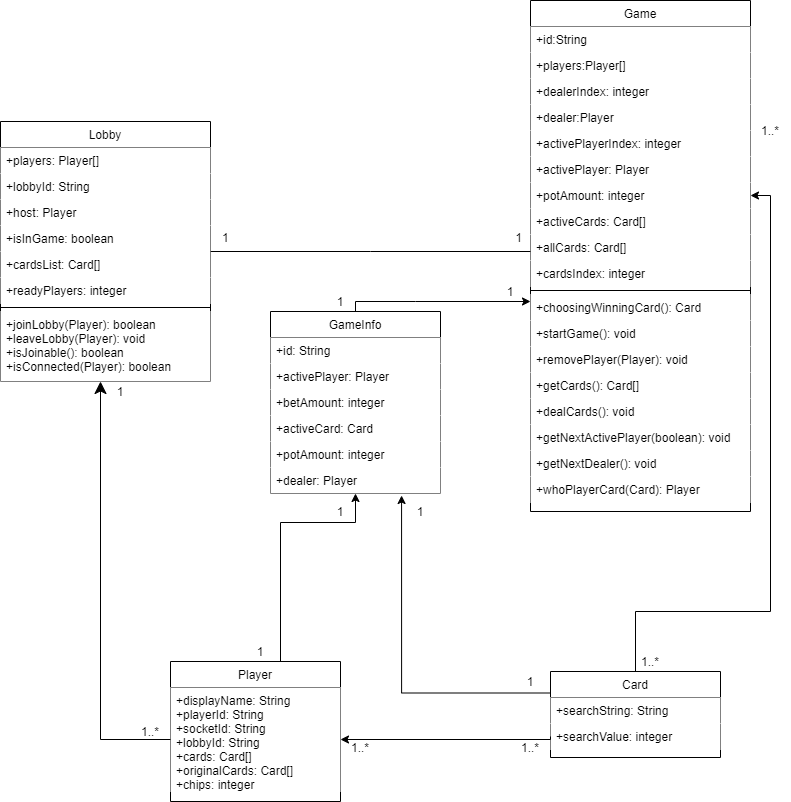
This is images/Class_Diagram_v2.png from dietterc/SEO-ker, a draw.io export, as it was before one commit. Source tidied: cells renumbered, new cells last; positions are measured from the earlier drawing's top-left corner, leaving out a move shared by most shapes.
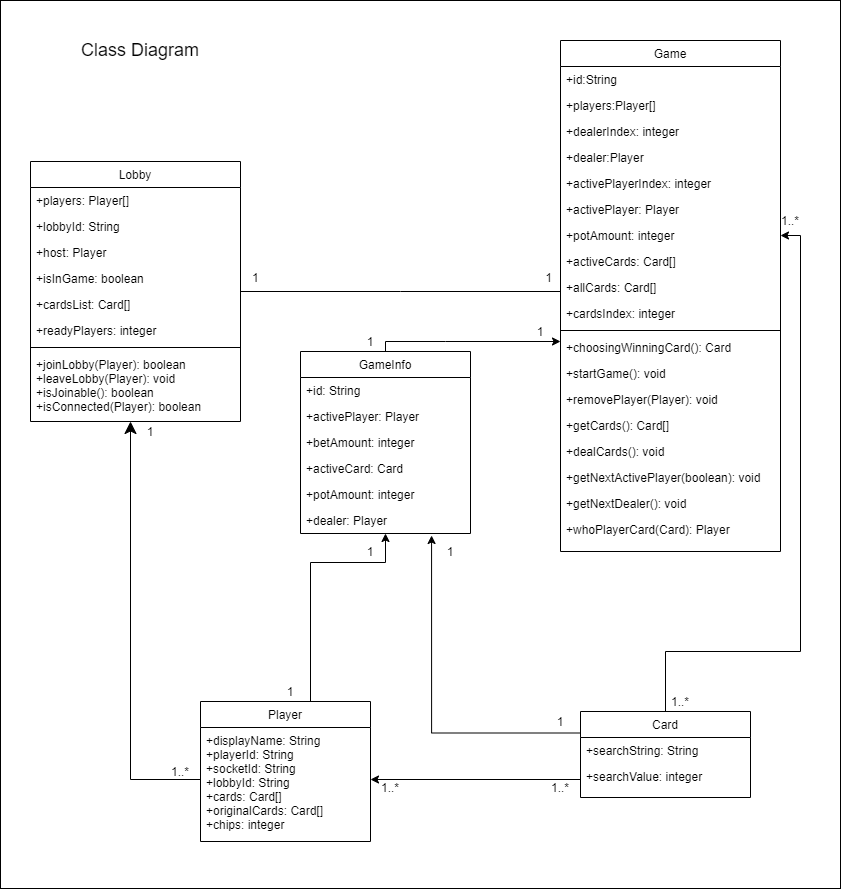
After the commit.

Commit message:
Actually fixed the Class Diagram

What changed in the source:
```diff
@@ -2,31 +2,34 @@
   <root>
     <mxCell id="0" />
     <mxCell id="1" parent="0" />
+    <mxCell id="66" style="rounded=0;whiteSpace=wrap;html=1;" parent="1" vertex="1">
+      <mxGeometry x="-30" y="-40" width="840" height="888" as="geometry" />
+    </mxCell>
     <mxCell id="2" value="Lobby" style="swimlane;fontStyle=0;align=center;verticalAlign=top;horizontal=1;startSize=26;rounded=0;shadow=0;strokeWidth=1;fillColor=#FFFFFF;" parent="1" vertex="1">
       <mxGeometry y="121" width="210" height="260" as="geometry" />
     </mxCell>
-    <mxCell id="3" value="+players: Player[]" style="text;align=left;verticalAlign=top;spacingLeft=4;spacingRight=4;overflow=hidden;fillColor=#ffffff;" parent="2" vertex="1">
+    <mxCell id="3" value="+players: Player[]" style="text;align=left;verticalAlign=top;spacingLeft=4;spacingRight=4;overflow=hidden;" parent="2" vertex="1">
       <mxGeometry y="26" width="210" height="26" as="geometry" />
     </mxCell>
-    <mxCell id="4" value="+lobbyId: String" style="text;align=left;verticalAlign=top;spacingLeft=4;spacingRight=4;overflow=hidden;rounded=0;shadow=0;html=0;fillColor=#ffffff;" parent="2" vertex="1">
+    <mxCell id="4" value="+lobbyId: String" style="text;align=left;verticalAlign=top;spacingLeft=4;spacingRight=4;overflow=hidden;rounded=0;shadow=0;html=0;" parent="2" vertex="1">
       <mxGeometry y="52" width="210" height="26" as="geometry" />
     </mxCell>
-    <mxCell id="5" value="+host: Player" style="text;align=left;verticalAlign=top;spacingLeft=4;spacingRight=4;overflow=hidden;rounded=0;shadow=0;html=0;fillColor=#ffffff;" parent="2" vertex="1">
+    <mxCell id="5" value="+host: Player" style="text;align=left;verticalAlign=top;spacingLeft=4;spacingRight=4;overflow=hidden;rounded=0;shadow=0;html=0;" parent="2" vertex="1">
       <mxGeometry y="78" width="210" height="26" as="geometry" />
     </mxCell>
-    <mxCell id="6" value="+isInGame: boolean" style="text;align=left;verticalAlign=top;spacingLeft=4;spacingRight=4;overflow=hidden;rounded=0;shadow=0;html=0;fillColor=#ffffff;" parent="2" vertex="1">
+    <mxCell id="6" value="+isInGame: boolean" style="text;align=left;verticalAlign=top;spacingLeft=4;spacingRight=4;overflow=hidden;rounded=0;shadow=0;html=0;" parent="2" vertex="1">
       <mxGeometry y="104" width="210" height="26" as="geometry" />
     </mxCell>
-    <mxCell id="7" value="+cardsList: Card[]" style="text;align=left;verticalAlign=top;spacingLeft=4;spacingRight=4;overflow=hidden;rounded=0;shadow=0;html=0;fillColor=#ffffff;" parent="2" vertex="1">
+    <mxCell id="7" value="+cardsList: Card[]" style="text;align=left;verticalAlign=top;spacingLeft=4;spacingRight=4;overflow=hidden;rounded=0;shadow=0;html=0;" parent="2" vertex="1">
       <mxGeometry y="130" width="210" height="26" as="geometry" />
     </mxCell>
-    <mxCell id="8" value="+readyPlayers: integer" style="text;align=left;verticalAlign=top;spacingLeft=4;spacingRight=4;overflow=hidden;rounded=0;shadow=0;html=0;fillColor=#ffffff;" parent="2" vertex="1">
+    <mxCell id="8" value="+readyPlayers: integer" style="text;align=left;verticalAlign=top;spacingLeft=4;spacingRight=4;overflow=hidden;rounded=0;shadow=0;html=0;" parent="2" vertex="1">
       <mxGeometry y="156" width="210" height="26" as="geometry" />
     </mxCell>
     <mxCell id="9" style="line;html=1;strokeWidth=1;align=left;verticalAlign=middle;spacingTop=-1;spacingLeft=3;spacingRight=3;labelPosition=right;" parent="2" vertex="1">
       <mxGeometry y="182" width="210" height="8" as="geometry" />
     </mxCell>
-    <mxCell id="10" value="+joinLobby(Player): boolean&#10;+leaveLobby(Player): void&#10;+isJoinable(): boolean&#10;+isConnected(Player): boolean" style="text;align=left;verticalAlign=top;spacingLeft=4;spacingRight=4;overflow=hidden;fillColor=#ffffff;" parent="2" vertex="1">
+    <mxCell id="10" value="+joinLobby(Player): boolean&#10;+leaveLobby(Player): void&#10;+isJoinable(): boolean&#10;+isConnected(Player): boolean" style="text;align=left;verticalAlign=top;spacingLeft=4;spacingRight=4;overflow=hidden;" parent="2" vertex="1">
       <mxGeometry y="190" width="210" height="70" as="geometry" />
     </mxCell>
     <mxCell id="11" style="edgeStyle=orthogonalEdgeStyle;rounded=0;jettySize=auto;html=1;exitX=0.5;exitY=0;exitDx=0;exitDy=0;" parent="1" edge="1" source="12" target="55">
@@ -41,7 +44,7 @@
     <mxCell id="12" value="Player" style="swimlane;fontStyle=0;align=center;verticalAlign=top;horizontal=1;startSize=26;rounded=0;shadow=0;strokeWidth=1;" parent="1" vertex="1">
       <mxGeometry x="170" y="661" width="170" height="140" as="geometry" />
     </mxCell>
-    <mxCell id="13" value="+displayName: String&#10;+playerId: String&#10;+socketId: String&#10;+lobbyId: String&#10;+cards: Card[]&#10;+originalCards: Card[]&#10;+chips: integer" style="text;align=left;verticalAlign=top;spacingLeft=4;spacingRight=4;overflow=hidden;points=[[0,0.5],[1,0.5]];portConstraint=eastwest;fillColor=#ffffff;" parent="12" vertex="1">
+    <mxCell id="13" value="+displayName: String&#10;+playerId: String&#10;+socketId: String&#10;+lobbyId: String&#10;+cards: Card[]&#10;+originalCards: Card[]&#10;+chips: integer" style="text;align=left;verticalAlign=top;spacingLeft=4;spacingRight=4;overflow=hidden;points=[[0,0.5],[1,0.5]];portConstraint=eastwest;" parent="12" vertex="1">
       <mxGeometry y="26" width="170" height="104" as="geometry" />
     </mxCell>
     <mxCell id="14" style="endArrow=classic;endSize=10;endFill=1;shadow=0;strokeWidth=1;rounded=0;edgeStyle=elbowEdgeStyle;elbow=vertical;exitX=0;exitY=0.5;exitDx=0;exitDy=0;" parent="1" edge="1" source="13" target="2">
@@ -68,70 +71,70 @@
     <mxCell id="16" value="Card" style="swimlane;fontStyle=0;align=center;verticalAlign=top;horizontal=1;startSize=26;rounded=0;shadow=0;strokeWidth=1;" parent="1" vertex="1">
       <mxGeometry x="550" y="671" width="170" height="86" as="geometry" />
     </mxCell>
-    <mxCell id="17" value="+searchString: String" style="text;align=left;verticalAlign=top;spacingLeft=4;spacingRight=4;overflow=hidden;fillColor=#ffffff;" parent="16" vertex="1">
+    <mxCell id="17" value="+searchString: String" style="text;align=left;verticalAlign=top;spacingLeft=4;spacingRight=4;overflow=hidden;" parent="16" vertex="1">
       <mxGeometry y="26" width="170" height="26" as="geometry" />
     </mxCell>
-    <mxCell id="18" value="+searchValue: integer" style="text;align=left;verticalAlign=top;spacingLeft=4;spacingRight=4;overflow=hidden;points=[[0,0.5],[1,0.5]];portConstraint=eastwest;fillColor=#ffffff;" parent="16" vertex="1">
+    <mxCell id="18" value="+searchValue: integer" style="text;align=left;verticalAlign=top;spacingLeft=4;spacingRight=4;overflow=hidden;points=[[0,0.5],[1,0.5]];portConstraint=eastwest;" parent="16" vertex="1">
       <mxGeometry y="52" width="170" height="26" as="geometry" />
     </mxCell>
     <mxCell id="19" value="Game" style="swimlane;fontStyle=0;align=center;verticalAlign=top;horizontal=1;startSize=26;rounded=0;shadow=0;strokeWidth=1;" parent="1" vertex="1">
       <mxGeometry x="530" width="220" height="511" as="geometry" />
     </mxCell>
-    <mxCell id="20" value="+id:String " style="text;align=left;verticalAlign=top;spacingLeft=4;spacingRight=4;overflow=hidden;rounded=0;shadow=0;html=0;fillColor=#ffffff;" parent="19" vertex="1">
+    <mxCell id="20" value="+id:String " style="text;align=left;verticalAlign=top;spacingLeft=4;spacingRight=4;overflow=hidden;rounded=0;shadow=0;html=0;" parent="19" vertex="1">
       <mxGeometry y="26" width="220" height="26" as="geometry" />
     </mxCell>
-    <mxCell id="21" value="+players:Player[] " style="text;align=left;verticalAlign=top;spacingLeft=4;spacingRight=4;overflow=hidden;rounded=0;shadow=0;html=0;fillColor=#ffffff;" parent="19" vertex="1">
+    <mxCell id="21" value="+players:Player[] " style="text;align=left;verticalAlign=top;spacingLeft=4;spacingRight=4;overflow=hidden;rounded=0;shadow=0;html=0;" parent="19" vertex="1">
       <mxGeometry y="52" width="220" height="26" as="geometry" />
     </mxCell>
-    <mxCell id="22" value="+dealerIndex: integer" style="text;align=left;verticalAlign=top;spacingLeft=4;spacingRight=4;overflow=hidden;rounded=0;shadow=0;html=0;fillColor=#ffffff;" parent="19" vertex="1">
+    <mxCell id="22" value="+dealerIndex: integer" style="text;align=left;verticalAlign=top;spacingLeft=4;spacingRight=4;overflow=hidden;rounded=0;shadow=0;html=0;" parent="19" vertex="1">
       <mxGeometry y="78" width="220" height="26" as="geometry" />
     </mxCell>
-    <mxCell id="23" value="+dealer:Player " style="text;align=left;verticalAlign=top;spacingLeft=4;spacingRight=4;overflow=hidden;rounded=0;shadow=0;html=0;fillColor=#ffffff;" parent="19" vertex="1">
+    <mxCell id="23" value="+dealer:Player " style="text;align=left;verticalAlign=top;spacingLeft=4;spacingRight=4;overflow=hidden;rounded=0;shadow=0;html=0;" parent="19" vertex="1">
       <mxGeometry y="104" width="220" height="26" as="geometry" />
     </mxCell>
-    <mxCell id="24" value="+activePlayerIndex: integer" style="text;align=left;verticalAlign=top;spacingLeft=4;spacingRight=4;overflow=hidden;fillColor=#ffffff;" parent="19" vertex="1">
+    <mxCell id="24" value="+activePlayerIndex: integer" style="text;align=left;verticalAlign=top;spacingLeft=4;spacingRight=4;overflow=hidden;" parent="19" vertex="1">
       <mxGeometry y="130" width="220" height="26" as="geometry" />
     </mxCell>
-    <mxCell id="25" value="+activePlayer: Player" style="text;align=left;verticalAlign=top;spacingLeft=4;spacingRight=4;overflow=hidden;rounded=0;shadow=0;html=0;fillColor=#ffffff;" parent="19" vertex="1">
+    <mxCell id="25" value="+activePlayer: Player" style="text;align=left;verticalAlign=top;spacingLeft=4;spacingRight=4;overflow=hidden;rounded=0;shadow=0;html=0;" parent="19" vertex="1">
       <mxGeometry y="156" width="220" height="26" as="geometry" />
     </mxCell>
-    <mxCell id="26" value="+potAmount: integer" style="text;align=left;verticalAlign=top;spacingLeft=4;spacingRight=4;overflow=hidden;points=[[0,0.5],[1,0.5]];portConstraint=eastwest;rounded=0;shadow=0;html=0;fillColor=#ffffff;" parent="19" vertex="1">
+    <mxCell id="26" value="+potAmount: integer" style="text;align=left;verticalAlign=top;spacingLeft=4;spacingRight=4;overflow=hidden;points=[[0,0.5],[1,0.5]];portConstraint=eastwest;rounded=0;shadow=0;html=0;" parent="19" vertex="1">
       <mxGeometry y="182" width="220" height="26" as="geometry" />
     </mxCell>
-    <mxCell id="27" value="+activeCards: Card[]" style="text;align=left;verticalAlign=top;spacingLeft=4;spacingRight=4;overflow=hidden;rounded=0;shadow=0;html=0;fillColor=#ffffff;" parent="19" vertex="1">
+    <mxCell id="27" value="+activeCards: Card[]" style="text;align=left;verticalAlign=top;spacingLeft=4;spacingRight=4;overflow=hidden;rounded=0;shadow=0;html=0;" parent="19" vertex="1">
       <mxGeometry y="208" width="220" height="26" as="geometry" />
     </mxCell>
-    <mxCell id="28" value="+allCards: Card[]" style="text;align=left;verticalAlign=top;spacingLeft=4;spacingRight=4;overflow=hidden;rounded=0;shadow=0;html=0;fillColor=#ffffff;" parent="19" vertex="1">
+    <mxCell id="28" value="+allCards: Card[]" style="text;align=left;verticalAlign=top;spacingLeft=4;spacingRight=4;overflow=hidden;rounded=0;shadow=0;html=0;" parent="19" vertex="1">
       <mxGeometry y="234" width="220" height="26" as="geometry" />
     </mxCell>
-    <mxCell id="29" value="+cardsIndex: integer" style="text;align=left;verticalAlign=top;spacingLeft=4;spacingRight=4;overflow=hidden;rounded=0;shadow=0;html=0;fillColor=#ffffff;" parent="19" vertex="1">
+    <mxCell id="29" value="+cardsIndex: integer" style="text;align=left;verticalAlign=top;spacingLeft=4;spacingRight=4;overflow=hidden;rounded=0;shadow=0;html=0;" parent="19" vertex="1">
       <mxGeometry y="260" width="220" height="26" as="geometry" />
     </mxCell>
     <mxCell id="30" style="line;html=1;strokeWidth=1;align=left;verticalAlign=middle;spacingTop=-1;spacingLeft=3;spacingRight=3;labelPosition=right;" parent="19" vertex="1">
       <mxGeometry y="286" width="220" height="8" as="geometry" />
     </mxCell>
-    <mxCell id="31" value="+choosingWinningCard(): Card" style="text;align=left;verticalAlign=top;spacingLeft=4;spacingRight=4;overflow=hidden;fillColor=#ffffff;" parent="19" vertex="1">
+    <mxCell id="31" value="+choosingWinningCard(): Card" style="text;align=left;verticalAlign=top;spacingLeft=4;spacingRight=4;overflow=hidden;" parent="19" vertex="1">
       <mxGeometry y="294" width="220" height="26" as="geometry" />
     </mxCell>
-    <mxCell id="32" value="+startGame(): void" style="text;align=left;verticalAlign=top;spacingLeft=4;spacingRight=4;overflow=hidden;fillColor=#ffffff;" parent="19" vertex="1">
+    <mxCell id="32" value="+startGame(): void" style="text;align=left;verticalAlign=top;spacingLeft=4;spacingRight=4;overflow=hidden;" parent="19" vertex="1">
       <mxGeometry y="320" width="220" height="26" as="geometry" />
     </mxCell>
-    <mxCell id="33" value="+removePlayer(Player): void" style="text;align=left;verticalAlign=top;spacingLeft=4;spacingRight=4;overflow=hidden;fillColor=#ffffff;" parent="19" vertex="1">
+    <mxCell id="33" value="+removePlayer(Player): void" style="text;align=left;verticalAlign=top;spacingLeft=4;spacingRight=4;overflow=hidden;" parent="19" vertex="1">
       <mxGeometry y="346" width="220" height="26" as="geometry" />
     </mxCell>
-    <mxCell id="34" value="+getCards(): Card[]" style="text;align=left;verticalAlign=top;spacingLeft=4;spacingRight=4;overflow=hidden;fillColor=#ffffff;" parent="19" vertex="1">
+    <mxCell id="34" value="+getCards(): Card[]" style="text;align=left;verticalAlign=top;spacingLeft=4;spacingRight=4;overflow=hidden;" parent="19" vertex="1">
       <mxGeometry y="372" width="220" height="26" as="geometry" />
     </mxCell>
-    <mxCell id="35" value="+dealCards(): void" style="text;align=left;verticalAlign=top;spacingLeft=4;spacingRight=4;overflow=hidden;fillColor=#ffffff;" parent="19" vertex="1">
+    <mxCell id="35" value="+dealCards(): void" style="text;align=left;verticalAlign=top;spacingLeft=4;spacingRight=4;overflow=hidden;" parent="19" vertex="1">
       <mxGeometry y="398" width="220" height="26" as="geometry" />
     </mxCell>
-    <mxCell id="36" value="+getNextActivePlayer(boolean): void" style="text;align=left;verticalAlign=top;spacingLeft=4;spacingRight=4;overflow=hidden;fillColor=#ffffff;" parent="19" vertex="1">
+    <mxCell id="36" value="+getNextActivePlayer(boolean): void" style="text;align=left;verticalAlign=top;spacingLeft=4;spacingRight=4;overflow=hidden;" parent="19" vertex="1">
       <mxGeometry y="424" width="220" height="26" as="geometry" />
     </mxCell>
-    <mxCell id="37" value="+getNextDealer(): void" style="text;align=left;verticalAlign=top;spacingLeft=4;spacingRight=4;overflow=hidden;fillColor=#ffffff;" parent="19" vertex="1">
+    <mxCell id="37" value="+getNextDealer(): void" style="text;align=left;verticalAlign=top;spacingLeft=4;spacingRight=4;overflow=hidden;" parent="19" vertex="1">
       <mxGeometry y="450" width="220" height="26" as="geometry" />
     </mxCell>
-    <mxCell id="38" value="+whoPlayerCard(Card): Player" style="text;align=left;verticalAlign=top;spacingLeft=4;spacingRight=4;overflow=hidden;fillColor=#ffffff;" parent="19" vertex="1">
+    <mxCell id="38" value="+whoPlayerCard(Card): Player" style="text;align=left;verticalAlign=top;spacingLeft=4;spacingRight=4;overflow=hidden;" parent="19" vertex="1">
       <mxGeometry y="476" width="220" height="26" as="geometry" />
     </mxCell>
     <mxCell id="39" style="endArrow=none;shadow=0;strokeWidth=1;rounded=0;endFill=0;edgeStyle=elbowEdgeStyle;elbow=vertical;" parent="1" edge="1" source="2" target="19">
@@ -178,22 +181,22 @@
     <mxCell id="49" value="GameInfo" style="swimlane;fontStyle=0;align=center;verticalAlign=top;horizontal=1;startSize=26;rounded=0;shadow=0;strokeWidth=1;" parent="1" vertex="1">
       <mxGeometry x="270" y="311" width="170" height="182" as="geometry" />
     </mxCell>
-    <mxCell id="50" value="+id: String" style="text;align=left;verticalAlign=top;spacingLeft=4;spacingRight=4;overflow=hidden;fillColor=#ffffff;" parent="49" vertex="1">
+    <mxCell id="50" value="+id: String" style="text;align=left;verticalAlign=top;spacingLeft=4;spacingRight=4;overflow=hidden;" parent="49" vertex="1">
       <mxGeometry y="26" width="170" height="26" as="geometry" />
     </mxCell>
-    <mxCell id="51" value="+activePlayer: Player" style="text;align=left;verticalAlign=top;spacingLeft=4;spacingRight=4;overflow=hidden;fillColor=#ffffff;" parent="49" vertex="1">
+    <mxCell id="51" value="+activePlayer: Player" style="text;align=left;verticalAlign=top;spacingLeft=4;spacingRight=4;overflow=hidden;" parent="49" vertex="1">
       <mxGeometry y="52" width="170" height="26" as="geometry" />
     </mxCell>
-    <mxCell id="52" value="+betAmount: integer" style="text;align=left;verticalAlign=top;spacingLeft=4;spacingRight=4;overflow=hidden;fillColor=#ffffff;" parent="49" vertex="1">
+    <mxCell id="52" value="+betAmount: integer" style="text;align=left;verticalAlign=top;spacingLeft=4;spacingRight=4;overflow=hidden;" parent="49" vertex="1">
       <mxGeometry y="78" width="170" height="26" as="geometry" />
     </mxCell>
-    <mxCell id="53" value="+activeCard: Card" style="text;align=left;verticalAlign=top;spacingLeft=4;spacingRight=4;overflow=hidden;fillColor=#ffffff;" parent="49" vertex="1">
+    <mxCell id="53" value="+activeCard: Card" style="text;align=left;verticalAlign=top;spacingLeft=4;spacingRight=4;overflow=hidden;" parent="49" vertex="1">
       <mxGeometry y="104" width="170" height="26" as="geometry" />
     </mxCell>
-    <mxCell id="54" value="+potAmount: integer" style="text;align=left;verticalAlign=top;spacingLeft=4;spacingRight=4;overflow=hidden;fillColor=#ffffff;" parent="49" vertex="1">
+    <mxCell id="54" value="+potAmount: integer" style="text;align=left;verticalAlign=top;spacingLeft=4;spacingRight=4;overflow=hidden;" parent="49" vertex="1">
       <mxGeometry y="130" width="170" height="26" as="geometry" />
     </mxCell>
-    <mxCell id="55" value="+dealer: Player" style="text;align=left;verticalAlign=top;spacingLeft=4;spacingRight=4;overflow=hidden;points=[[0,0.5],[1,0.5]];portConstraint=eastwest;fillColor=#ffffff;" parent="49" vertex="1">
+    <mxCell id="55" value="+dealer: Player" style="text;align=left;verticalAlign=top;spacingLeft=4;spacingRight=4;overflow=hidden;points=[[0,0.5],[1,0.5]];portConstraint=eastwest;" parent="49" vertex="1">
       <mxGeometry y="156" width="170" height="26" as="geometry" />
     </mxCell>
     <mxCell id="56" style="edgeStyle=orthogonalEdgeStyle;rounded=0;jettySize=auto;html=1;exitX=0.5;exitY=0;exitDx=0;exitDy=0;startArrow=none;startFill=0;endArrow=classic;endFill=1;" parent="1" edge="1" source="49">
@@ -231,7 +234,7 @@
       <mxGeometry x="340" y="737" width="40" height="20" as="geometry" />
     </mxCell>
     <mxCell id="63" value="1..*" style="text;html=1;strokeColor=none;fillColor=none;align=center;verticalAlign=middle;whiteSpace=wrap;rounded=0;" parent="1" vertex="1">
-      <mxGeometry x="750" y="120" width="40" height="20" as="geometry" />
+      <mxGeometry x="740" y="170" width="40" height="20" as="geometry" />
     </mxCell>
     <mxCell id="64" value="1" style="text;html=1;strokeColor=none;fillColor=none;align=center;verticalAlign=middle;whiteSpace=wrap;rounded=0;" parent="1" vertex="1">
       <mxGeometry x="320" y="291" width="40" height="20" as="geometry" />
@@ -239,5 +242,8 @@
     <mxCell id="65" value="1" style="text;html=1;strokeColor=none;fillColor=none;align=center;verticalAlign=middle;whiteSpace=wrap;rounded=0;" parent="1" vertex="1">
       <mxGeometry x="490" y="281" width="40" height="20" as="geometry" />
     </mxCell>
+    <mxCell id="67" value="&lt;font style=&quot;font-size: 18px&quot;&gt;Class Diagram&lt;/font&gt;" style="text;html=1;strokeColor=none;fillColor=none;align=center;verticalAlign=middle;whiteSpace=wrap;rounded=0;" parent="1" vertex="1">
+      <mxGeometry x="20" width="180" height="20" as="geometry" />
+    </mxCell>
   </root>
 </mxGraphModel>
```
